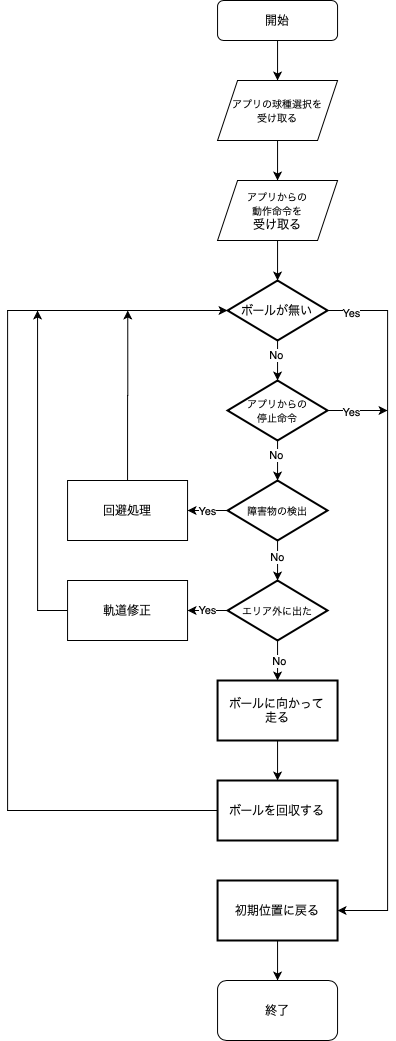
Before: MIRS2004_SOFT_0002/MIRS.png, a diagram exported from draw.io (sato-ky/MIRS2004_Document). Source tidied: cells renumbered, new cells last; positions are measured from the earlier drawing's top-left corner, leaving out a move shared by most shapes.
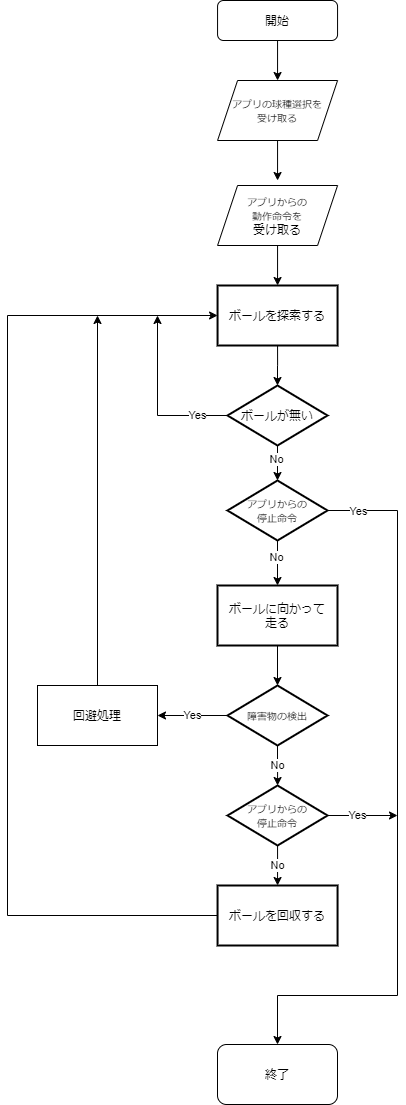
Later version of the same file.

Change to the diagram source:
```diff
@@ -18,132 +18,106 @@
         <mxPoint x="270.1" y="180" as="targetPoint" />
       </mxGeometry>
     </mxCell>
-    <mxCell id="6" style="edgeStyle=orthogonalEdgeStyle;rounded=0;jettySize=auto;html=1;" parent="1" edge="1" source="7">
-      <mxGeometry relative="1" as="geometry">
-        <mxPoint x="270.1" y="280" as="targetPoint" />
-      </mxGeometry>
+    <mxCell id="6" style="edgeStyle=orthogonalEdgeStyle;rounded=0;jettySize=auto;html=1;entryX=0.5;entryY=0;entryDx=0;entryDy=0;" parent="1" edge="1" source="7" target="44">
+      <mxGeometry relative="1" as="geometry" />
     </mxCell>
     <mxCell id="7" value="&lt;font style=&quot;font-size: 10px&quot;&gt;アプリからの&lt;br&gt;動作命令を&lt;br&gt;&lt;/font&gt;受け取る" style="shape=parallelogram;perimeter=parallelogramPerimeter;whiteSpace=wrap;html=1;fixedSize=1;" parent="1" vertex="1">
-      <mxGeometry x="210.1" y="180" width="120" height="60" as="geometry" />
+      <mxGeometry x="210.1" y="185" width="120" height="60" as="geometry" />
     </mxCell>
-    <mxCell id="8" style="edgeStyle=orthogonalEdgeStyle;rounded=0;jettySize=auto;html=1;" parent="1" edge="1" target="16">
+    <mxCell id="8" style="edgeStyle=orthogonalEdgeStyle;rounded=0;jettySize=auto;html=1;exitX=0.5;exitY=1;exitDx=0;exitDy=0;exitPerimeter=0;" parent="1" edge="1" source="29" target="16">
       <mxGeometry relative="1" as="geometry">
-        <mxPoint x="270.1" y="340" as="sourcePoint" />
+        <Array as="points">
+          <mxPoint x="270" y="455" />
+        </Array>
       </mxGeometry>
     </mxCell>
     <mxCell id="9" value="No" style="edgeLabel;html=1;align=center;verticalAlign=middle;" parent="8" vertex="1">
       <mxGeometry x="-0.28" y="-2" relative="1" as="geometry" />
     </mxCell>
-    <mxCell id="10" style="edgeStyle=orthogonalEdgeStyle;rounded=0;jettySize=auto;html=1;exitX=0;exitY=0.5;exitDx=0;exitDy=0;entryX=0;entryY=0.5;entryDx=0;entryDy=0;entryPerimeter=0;" parent="1" edge="1" source="11" target="29">
+    <mxCell id="10" style="edgeStyle=orthogonalEdgeStyle;rounded=0;jettySize=auto;html=1;exitX=0;exitY=0.5;exitDx=0;exitDy=0;entryX=0;entryY=0.5;entryDx=0;entryDy=0;" parent="1" edge="1" source="11" target="44">
       <mxGeometry relative="1" as="geometry">
         <Array as="points">
-          <mxPoint x="0.1" y="810" />
-          <mxPoint x="0.1" y="310" />
+          <mxPoint y="915" />
+          <mxPoint y="315" />
         </Array>
       </mxGeometry>
     </mxCell>
     <mxCell id="11" value="ボールを回収する" style="whiteSpace=wrap;html=1;strokeWidth=2;" parent="1" vertex="1">
-      <mxGeometry x="210.1" y="780" width="120" height="60" as="geometry" />
+      <mxGeometry x="210.1" y="885" width="120" height="60" as="geometry" />
     </mxCell>
-    <mxCell id="12" style="edgeStyle=orthogonalEdgeStyle;rounded=0;jettySize=auto;html=1;" parent="1" edge="1" source="16" target="21">
+    <mxCell id="12" style="edgeStyle=orthogonalEdgeStyle;rounded=0;jettySize=auto;html=1;entryX=0.5;entryY=0;entryDx=0;entryDy=0;" parent="1" edge="1" source="16" target="31">
       <mxGeometry relative="1" as="geometry" />
     </mxCell>
     <mxCell id="13" value="No" style="edgeLabel;html=1;align=center;verticalAlign=middle;" parent="12" vertex="1">
       <mxGeometry x="-0.31" y="-2" relative="1" as="geometry" />
     </mxCell>
-    <mxCell id="14" style="edgeStyle=orthogonalEdgeStyle;rounded=0;jettySize=auto;html=1;exitX=1;exitY=0.5;exitDx=0;exitDy=0;exitPerimeter=0;" parent="1" edge="1" source="16">
+    <mxCell id="14" style="edgeStyle=orthogonalEdgeStyle;rounded=0;jettySize=auto;html=1;exitX=1;exitY=0.5;exitDx=0;exitDy=0;exitPerimeter=0;entryX=0.5;entryY=0;entryDx=0;entryDy=0;" parent="1" edge="1" source="16" target="34">
       <mxGeometry relative="1" as="geometry">
-        <mxPoint x="380.1" y="410" as="targetPoint" />
+        <Array as="points">
+          <mxPoint x="390" y="510" />
+          <mxPoint x="390" y="995" />
+          <mxPoint x="270" y="995" />
+        </Array>
       </mxGeometry>
     </mxCell>
     <mxCell id="15" value="Yes" style="edgeLabel;html=1;align=center;verticalAlign=middle;" parent="14" vertex="1">
-      <mxGeometry x="-0.22" y="-1" relative="1" as="geometry" />
+      <mxGeometry x="-0.22" y="-1" relative="1" as="geometry">
+        <mxPoint x="-39" y="-212" as="offset" />
+      </mxGeometry>
     </mxCell>
     <mxCell id="16" value="&lt;font style=&quot;font-size: 10px&quot;&gt;アプリからの&lt;br&gt;停止命令&lt;/font&gt;" style="strokeWidth=2;html=1;shape=mxgraph.flowchart.decision;whiteSpace=wrap;" parent="1" vertex="1">
-      <mxGeometry x="220.1" y="380" width="100" height="60" as="geometry" />
+      <mxGeometry x="220" y="480" width="100" height="60" as="geometry" />
     </mxCell>
-    <mxCell id="17" style="edgeStyle=orthogonalEdgeStyle;rounded=0;jettySize=auto;html=1;" parent="1" edge="1" source="21" target="25">
-      <mxGeometry relative="1" as="geometry" />
-    </mxCell>
-    <mxCell id="18" value="No" style="edgeLabel;html=1;align=center;verticalAlign=middle;" parent="17" vertex="1">
-      <mxGeometry x="-0.22" y="-1" relative="1" as="geometry" />
-    </mxCell>
-    <mxCell id="19" style="edgeStyle=orthogonalEdgeStyle;rounded=0;jettySize=auto;html=1;" parent="1" edge="1" source="21">
-      <mxGeometry relative="1" as="geometry">
-        <mxPoint x="180.1" y="510" as="targetPoint" />
-      </mxGeometry>
-    </mxCell>
-    <mxCell id="20" value="Yes" style="edgeLabel;html=1;align=center;verticalAlign=middle;" parent="19" vertex="1">
-      <mxGeometry x="-0.26" y="-1" relative="1" as="geometry">
-        <mxPoint x="-5.3" y="1" as="offset" />
-      </mxGeometry>
-    </mxCell>
+    <mxCell id="39" value="No" style="edgeStyle=orthogonalEdgeStyle;rounded=0;jettySize=auto;html=1;exitX=0.5;exitY=1;exitDx=0;exitDy=0;exitPerimeter=0;entryX=0.5;entryY=0;entryDx=0;entryDy=0;entryPerimeter=0;" parent="1" edge="1" source="21" target="47">
+      <mxGeometry relative="1" as="geometry" />
+    </mxCell>
+    <mxCell id="24" value="Yes" style="edgeStyle=orthogonalEdgeStyle;rounded=0;jettySize=auto;html=1;exitX=0;exitY=0.5;exitDx=0;exitDy=0;exitPerimeter=0;entryX=1;entryY=0.5;entryDx=0;entryDy=0;" parent="1" edge="1" source="21" target="36">
+      <mxGeometry relative="1" as="geometry" />
+    </mxCell>
     <mxCell id="21" value="&lt;font size=&quot;1&quot;&gt;障害物の検出&lt;/font&gt;" style="strokeWidth=2;html=1;shape=mxgraph.flowchart.decision;whiteSpace=wrap;" parent="1" vertex="1">
-      <mxGeometry x="220.1" y="480" width="100" height="60" as="geometry" />
+      <mxGeometry x="220" y="685" width="100" height="60" as="geometry" />
     </mxCell>
-    <mxCell id="22" style="edgeStyle=orthogonalEdgeStyle;rounded=0;jettySize=auto;html=1;" parent="1" edge="1" source="25" target="31">
-      <mxGeometry relative="1" as="geometry" />
-    </mxCell>
-    <mxCell id="23" value="No" style="edgeLabel;html=1;align=center;verticalAlign=middle;" parent="22" vertex="1">
-      <mxGeometry y="1" relative="1" as="geometry" />
-    </mxCell>
-    <mxCell id="24" value="Yes" style="edgeStyle=orthogonalEdgeStyle;rounded=0;jettySize=auto;html=1;exitX=0;exitY=0.5;exitDx=0;exitDy=0;exitPerimeter=0;entryX=1;entryY=0.5;entryDx=0;entryDy=0;" parent="1" edge="1" source="25" target="38">
-      <mxGeometry relative="1" as="geometry" />
-    </mxCell>
-    <mxCell id="25" value="&lt;font size=&quot;1&quot;&gt;エリア外に出た&lt;/font&gt;" style="strokeWidth=2;html=1;shape=mxgraph.flowchart.decision;whiteSpace=wrap;" parent="1" vertex="1">
-      <mxGeometry x="220.1" y="580" width="100" height="60" as="geometry" />
-    </mxCell>
-    <mxCell id="26" style="edgeStyle=orthogonalEdgeStyle;rounded=0;jettySize=auto;html=1;exitX=1;exitY=0.5;exitDx=0;exitDy=0;exitPerimeter=0;entryX=1;entryY=0.5;entryDx=0;entryDy=0;" parent="1" edge="1" source="29" target="33">
-      <mxGeometry relative="1" as="geometry">
-        <Array as="points">
-          <mxPoint x="380.1" y="310" />
-          <mxPoint x="380.1" y="910" />
-        </Array>
-      </mxGeometry>
-    </mxCell>
-    <mxCell id="27" value="Yes" style="edgeLabel;html=1;align=center;verticalAlign=middle;" parent="26" vertex="1">
-      <mxGeometry x="-0.16" y="1" relative="1" as="geometry">
-        <mxPoint x="-101" y="-227.6" as="offset" />
-      </mxGeometry>
-    </mxCell>
-    <mxCell id="28" value="Yes" style="edgeLabel;html=1;align=center;verticalAlign=middle;" parent="26" vertex="1">
-      <mxGeometry x="-0.93" y="-2" relative="1" as="geometry" />
-    </mxCell>
+    <mxCell id="40" value="Yes" style="edgeStyle=orthogonalEdgeStyle;rounded=0;jettySize=auto;html=1;exitX=0;exitY=0.5;exitDx=0;exitDy=0;exitPerimeter=0;" parent="1" edge="1" source="29">
+      <mxGeometry x="-0.65" relative="1" as="geometry">
+        <mxPoint x="150" y="315" as="targetPoint" />
+      </mxGeometry>
+    </mxCell>
     <mxCell id="29" value="ボールが無い" style="strokeWidth=2;html=1;shape=mxgraph.flowchart.decision;whiteSpace=wrap;" parent="1" vertex="1">
-      <mxGeometry x="220.1" y="280" width="100" height="60" as="geometry" />
+      <mxGeometry x="220" y="385" width="100" height="60" as="geometry" />
     </mxCell>
-    <mxCell id="30" style="edgeStyle=orthogonalEdgeStyle;rounded=0;jettySize=auto;html=1;" parent="1" edge="1" source="31" target="11">
-      <mxGeometry relative="1" as="geometry" />
-    </mxCell>
+    <mxCell id="41" style="edgeStyle=orthogonalEdgeStyle;rounded=0;jettySize=auto;html=1;exitX=0.5;exitY=1;exitDx=0;exitDy=0;entryX=0.5;entryY=0;entryDx=0;entryDy=0;entryPerimeter=0;" parent="1" edge="1" source="31" target="21">
+      <mxGeometry relative="1" as="geometry" />
+    </mxCell>
     <mxCell id="31" value="ボールに向かって&lt;br&gt;走る" style="whiteSpace=wrap;html=1;strokeWidth=2;" parent="1" vertex="1">
-      <mxGeometry x="210.1" y="680" width="120" height="60" as="geometry" />
+      <mxGeometry x="210" y="585" width="120" height="60" as="geometry" />
     </mxCell>
-    <mxCell id="32" style="edgeStyle=orthogonalEdgeStyle;rounded=0;jettySize=auto;html=1;" parent="1" edge="1" source="33">
-      <mxGeometry relative="1" as="geometry">
-        <mxPoint x="270.1" y="980" as="targetPoint" />
-      </mxGeometry>
-    </mxCell>
-    <mxCell id="33" value="初期位置に戻る" style="whiteSpace=wrap;html=1;strokeWidth=2;" parent="1" vertex="1">
-      <mxGeometry x="210.1" y="880" width="120" height="60" as="geometry" />
-    </mxCell>
     <mxCell id="34" value="終了" style="rounded=1;whiteSpace=wrap;html=1;" parent="1" vertex="1">
-      <mxGeometry x="210.1" y="980" width="120" height="60" as="geometry" />
+      <mxGeometry x="210" y="1044" width="120" height="60" as="geometry" />
     </mxCell>
-    <mxCell id="35" style="edgeStyle=orthogonalEdgeStyle;rounded=0;jettySize=auto;html=1;exitX=0.5;exitY=0;exitDx=0;exitDy=0;" parent="1" edge="1" source="36">
-      <mxGeometry relative="1" as="geometry">
-        <mxPoint x="120.3" y="310" as="targetPoint" />
-      </mxGeometry>
-    </mxCell>
+    <mxCell id="42" style="edgeStyle=orthogonalEdgeStyle;rounded=0;jettySize=auto;html=1;exitX=0.5;exitY=0;exitDx=0;exitDy=0;" parent="1" edge="1" source="36">
+      <mxGeometry relative="1" as="geometry">
+        <mxPoint x="90" y="315" as="targetPoint" />
+      </mxGeometry>
+    </mxCell>
     <mxCell id="36" value="回避処理" style="rounded=0;whiteSpace=wrap;html=1;" parent="1" vertex="1">
-      <mxGeometry x="60.1" y="480" width="120" height="60" as="geometry" />
+      <mxGeometry x="30" y="685" width="120" height="60" as="geometry" />
     </mxCell>
-    <mxCell id="37" style="edgeStyle=orthogonalEdgeStyle;rounded=0;jettySize=auto;html=1;exitX=0;exitY=0.5;exitDx=0;exitDy=0;" parent="1" edge="1" source="38">
-      <mxGeometry relative="1" as="geometry">
-        <mxPoint x="30.1" y="310" as="targetPoint" />
-      </mxGeometry>
-    </mxCell>
-    <mxCell id="38" value="軌道修正" style="rounded=0;whiteSpace=wrap;html=1;" parent="1" vertex="1">
-      <mxGeometry x="60.1" y="580" width="120" height="60" as="geometry" />
-    </mxCell>
+    <mxCell id="43" style="edgeStyle=orthogonalEdgeStyle;rounded=0;jettySize=auto;html=1;exitX=0.5;exitY=1;exitDx=0;exitDy=0;entryX=0.5;entryY=0;entryDx=0;entryDy=0;entryPerimeter=0;" parent="1" edge="1" source="44" target="29">
+      <mxGeometry relative="1" as="geometry" />
+    </mxCell>
+    <mxCell id="44" value="ボールを探索する" style="whiteSpace=wrap;html=1;strokeWidth=2;" parent="1" vertex="1">
+      <mxGeometry x="210.1" y="285" width="120" height="60" as="geometry" />
+    </mxCell>
+    <mxCell id="45" value="No" style="edgeStyle=orthogonalEdgeStyle;rounded=0;jettySize=auto;html=1;exitX=0.5;exitY=1;exitDx=0;exitDy=0;exitPerimeter=0;entryX=0.5;entryY=0;entryDx=0;entryDy=0;" parent="1" edge="1" source="47" target="11">
+      <mxGeometry relative="1" as="geometry" />
+    </mxCell>
+    <mxCell id="46" value="Yes" style="edgeStyle=orthogonalEdgeStyle;rounded=0;jettySize=auto;html=1;exitX=1;exitY=0.5;exitDx=0;exitDy=0;exitPerimeter=0;" parent="1" edge="1" source="47">
+      <mxGeometry x="-0.14" relative="1" as="geometry">
+        <mxPoint x="390" y="815" as="targetPoint" />
+      </mxGeometry>
+    </mxCell>
+    <mxCell id="47" value="&lt;font style=&quot;font-size: 10px&quot;&gt;アプリからの&lt;br&gt;停止命令&lt;/font&gt;" style="strokeWidth=2;html=1;shape=mxgraph.flowchart.decision;whiteSpace=wrap;" parent="1" vertex="1">
+      <mxGeometry x="220.1" y="785" width="100" height="60" as="geometry" />
+    </mxCell>
   </root>
 </mxGraphModel>
```
